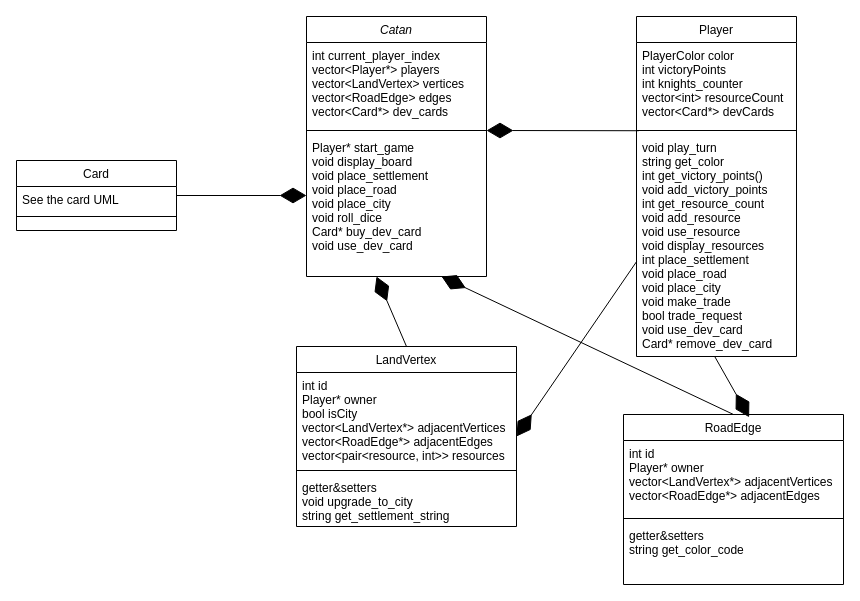
ShayGali/catan keeps this draw.io diagram as diagrams/catan.drawio. Above is the earlier version. Source tidied: cells renumbered, new cells numbered last; positions are measured from the earlier drawing's top-left corner, leaving out a move shared by most shapes. Both pictures are drawn from the tidied source at 100%, with x=0, y=0 at pixel (16, 16).
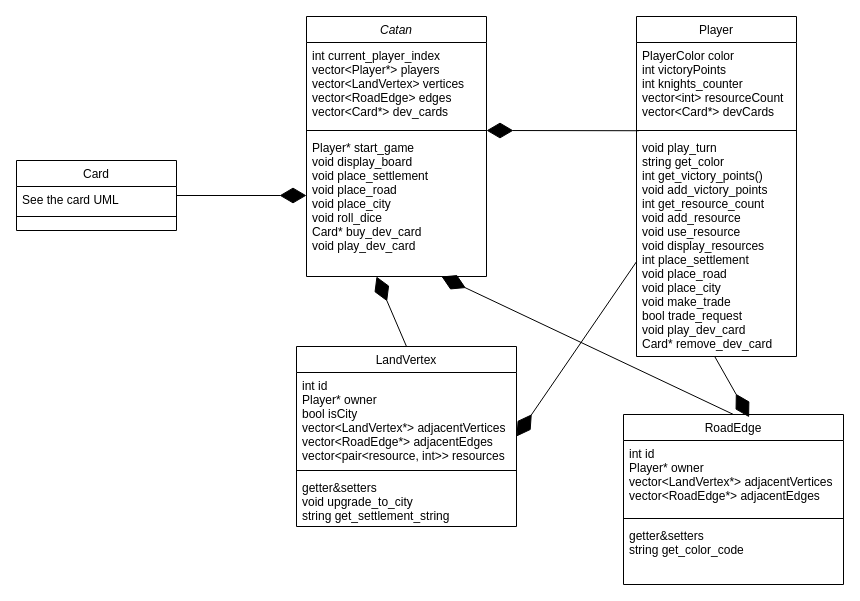
The same page after the edit.

Unchanged cells that the change refers to:
```xml
<mxCell id="2" value="Catan" style="swimlane;fontStyle=2;align=center;verticalAlign=top;horizontal=1;startSize=26;rounded=0;shadow=0;strokeWidth=1;" parent="1" vertex="1">
  <mxGeometry x="290" width="180" height="260" as="geometry" />
</mxCell>
<mxCell id="14" value="Player" style="swimlane;fontStyle=0;align=center;verticalAlign=top;horizontal=1;startSize=26;rounded=0;shadow=0;strokeWidth=1;" parent="1" vertex="1">
  <mxGeometry x="620" width="160" height="340" as="geometry" />
</mxCell>
```

Diff of the diagram source:
```diff
@@
-    <mxCell id="5" value="Player* start_game&#10;void display_board&#10;void place_settlement&#10;void place_road&#10;void place_city&#10;void roll_dice&#10;Card* buy_dev_card&#10;void use_dev_card&#10;&#10;&#10;&#10;" style="text;align=left;verticalAlign=top;spacingLeft=4;spacingRight=4;overflow=hidden;points=[[0,0.5],[1,0.5]];portConstraint=eastwest;" parent="2" vertex="1">
+    <mxCell id="5" value="Player* start_game&#10;void display_board&#10;void place_settlement&#10;void place_road&#10;void place_city&#10;void roll_dice&#10;Card* buy_dev_card&#10;void play_dev_card&#10;&#10;&#10;&#10;" style="text;align=left;verticalAlign=top;spacingLeft=4;spacingRight=4;overflow=hidden;points=[[0,0.5],[1,0.5]];portConstraint=eastwest;" parent="2" vertex="1">
       <mxGeometry y="118" width="180" height="122" as="geometry" />
     </mxCell>
@@
-    <mxCell id="17" value="void play_turn&#10;string get_color&#10;int get_victory_points()&#10;void add_victory_points&#10;int get_resource_count&#10;void add_resource&#10;void use_resource&#10;void display_resources&#10;int place_settlement&#10;void place_road&#10;void place_city&#10;void make_trade&#10;bool trade_request&#10;void use_dev_card&#10;Card* remove_dev_card" style="text;align=left;verticalAlign=top;spacingLeft=4;spacingRight=4;overflow=hidden;points=[[0,0.5],[1,0.5]];portConstraint=eastwest;" parent="14" vertex="1">
+    <mxCell id="17" value="void play_turn&#10;string get_color&#10;int get_victory_points()&#10;void add_victory_points&#10;int get_resource_count&#10;void add_resource&#10;void use_resource&#10;void display_resources&#10;int place_settlement&#10;void place_road&#10;void place_city&#10;void make_trade&#10;bool trade_request&#10;void play_dev_card&#10;Card* remove_dev_card" style="text;align=left;verticalAlign=top;spacingLeft=4;spacingRight=4;overflow=hidden;points=[[0,0.5],[1,0.5]];portConstraint=eastwest;" parent="14" vertex="1">
       <mxGeometry y="118" width="160" height="222" as="geometry" />
     </mxCell>
```
